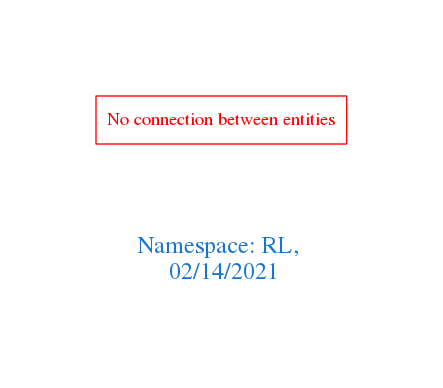
Before: downloads/RL.png, a diagram exported from Graphviz (arago/OGIT). Its source is kept beside it as downloads/RL.dot.
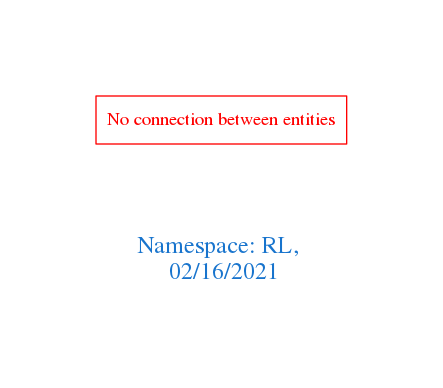
The same diagram one commit later.

What changed in the source:
```diff
@@ -1,7 +1,7 @@
 digraph OGIT_ontology {
  graph [ rankdir= LR,pad=1
 fontsize = 18,
-fontcolor= dodgerblue3,label = "\n\n\nNamespace: RL, \n 02/14/2021"];
+fontcolor= dodgerblue3,label = "\n\n\nNamespace: RL, \n 02/16/2021"];
 node[shape=polygon];
 edge [  color="gray81"];
 
```
